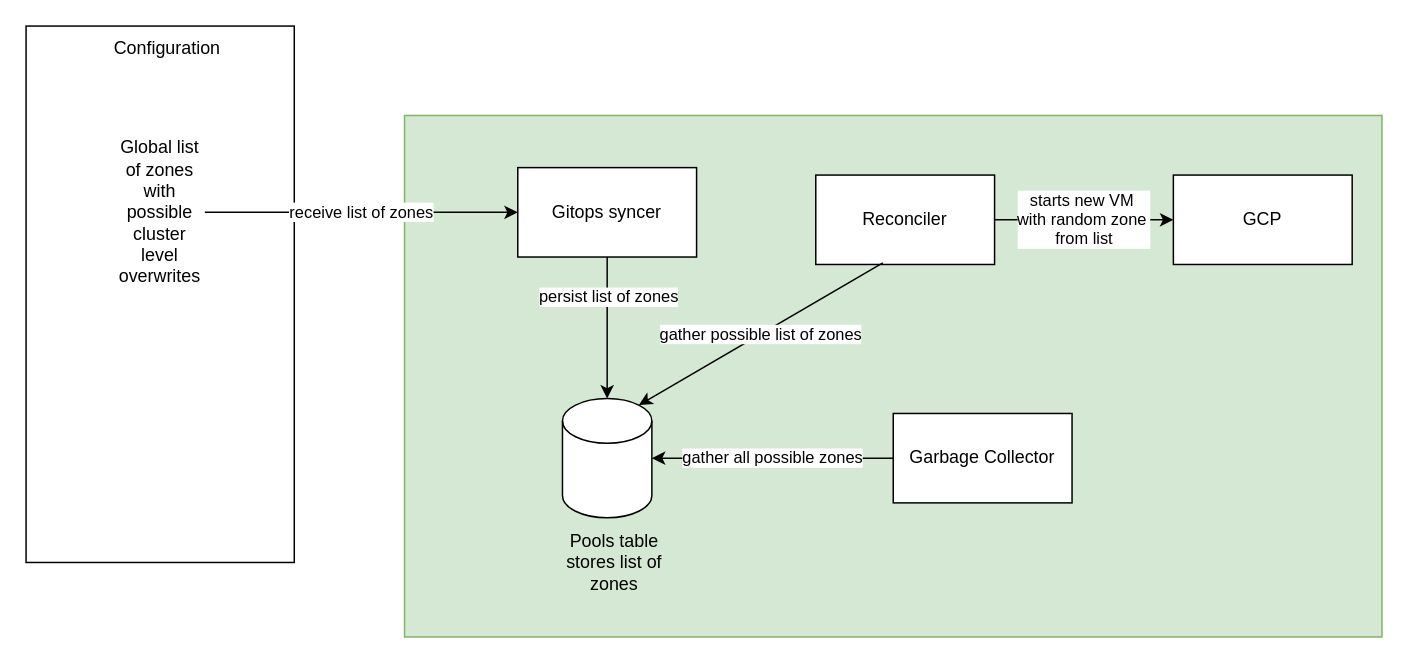
jfh-bitrise/personal keeps this draw.io diagram as zones.drawio. Above is the earlier version. Source tidied: cells renumbered, new cells numbered last; positions are measured from the earlier drawing's top-left corner, leaving out a move shared by most shapes. Both pictures are drawn from the tidied source at 149%, with x=0, y=0 at pixel (25, 25).
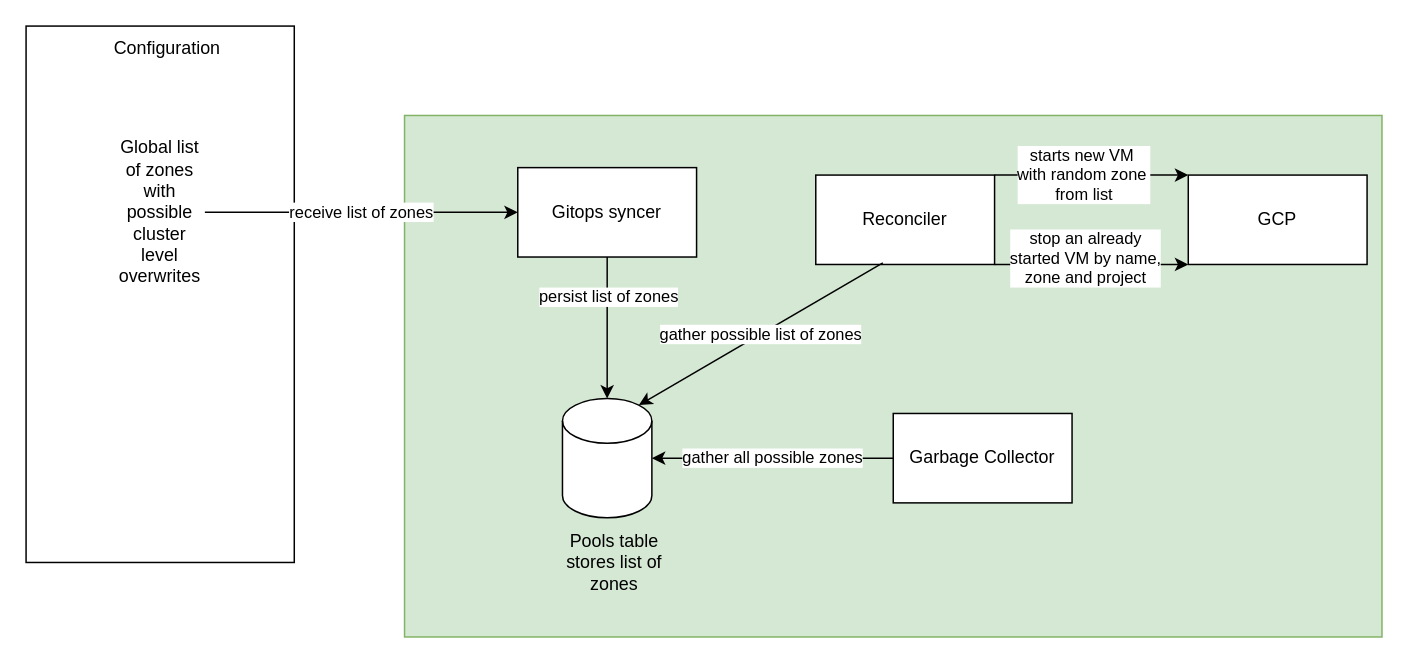
The same page after the edit.

Unchanged cells that the change refers to:
```xml
<mxCell id="12" value="Reconciler" style="rounded=0;whiteSpace=wrap;html=1;" parent="1" vertex="1">
  <mxGeometry x="530" y="100" width="120" height="60" as="geometry" />
</mxCell>
```

Diff of the diagram source:
```diff
@@
-    <mxCell id="11" value="starts new VM&amp;nbsp;&lt;br&gt;with random zone&amp;nbsp;&lt;br&gt;from list" style="edgeStyle=orthogonalEdgeStyle;rounded=0;jettySize=auto;html=1;" parent="1" edge="1" source="12" target="14">
-      <mxGeometry relative="1" as="geometry" />
+    <mxCell id="11" value="starts new VM&amp;nbsp;&lt;br&gt;with random zone&amp;nbsp;&lt;br&gt;from list" style="edgeStyle=orthogonalEdgeStyle;rounded=0;jettySize=auto;html=1;curved=1;" parent="1" edge="1" source="12" target="14">
+      <mxGeometry x="-0.08" relative="1" as="geometry">
+        <Array as="points">
+          <mxPoint x="710" y="100" />
+          <mxPoint x="710" y="100" />
+        </Array>
+      </mxGeometry>
     </mxCell>
@@
     <mxCell id="14" value="GCP" style="whiteSpace=wrap;html=1;rounded=0;" parent="1" vertex="1">
-      <mxGeometry x="770" y="100" width="120" height="60" as="geometry" />
+      <mxGeometry x="780" y="100" width="120" height="60" as="geometry" />
     </mxCell>
@@
+    <mxCell id="18" style="endArrow=classic;html=1;rounded=0;curved=1;exitX=1;exitY=1;exitDx=0;exitDy=0;entryX=0;entryY=1;entryDx=0;entryDy=0;" parent="1" edge="1" source="12" target="14">
+      <mxGeometry relative="1" as="geometry" />
+    </mxCell>
+    <mxCell id="19" value="stop an already &lt;br&gt;started VM by name,&lt;br&gt;zone and project" style="edgeLabel;html=1;align=center;verticalAlign=middle;" parent="18" vertex="1">
+      <mxGeometry x="-0.14" y="1" relative="1" as="geometry">
+        <mxPoint x="4" y="-4" as="offset" />
+      </mxGeometry>
+    </mxCell>
```
